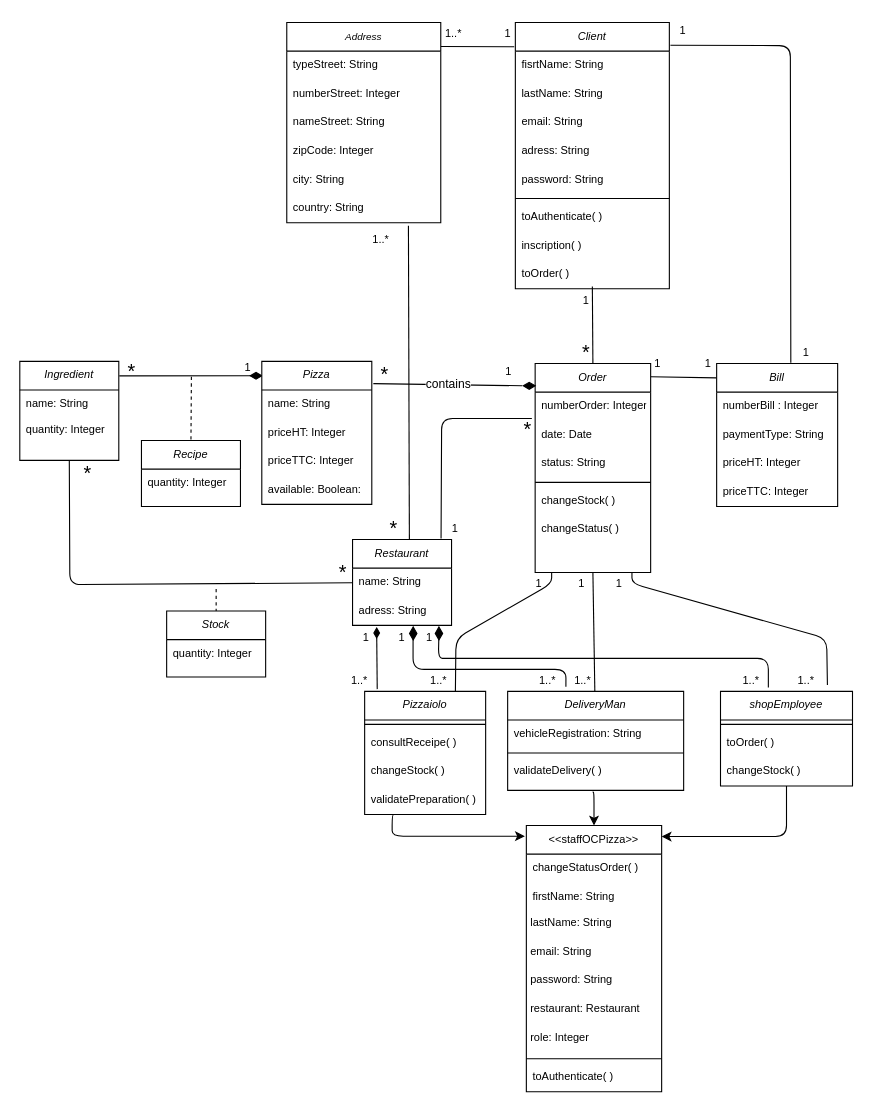
Earlier version of the draw.io diagram Untitled Diagram.drawio (MadameZ/P7_Concevez-la-solution-technique-d-un-syst-me-de-gestion-de-pizzeria). Source tidied: cells renumbered, new cells numbered last; positions are measured from the earlier drawing's top-left corner, leaving out a move shared by most shapes. Both pictures are drawn from the tidied source at 110%, with x=0, y=0 at pixel (19, 18).
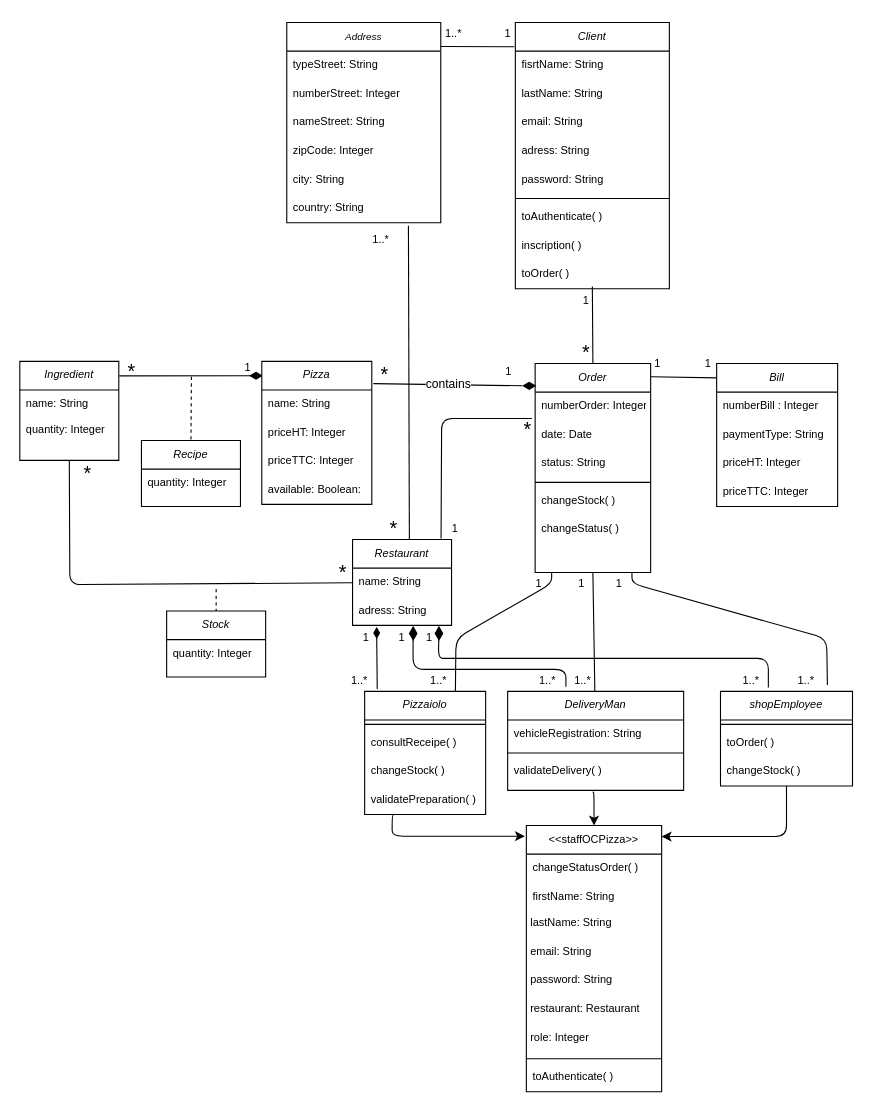
Above is the later version.

Unchanged cells that the change refers to:
```xml
<mxCell id="34" value="Client" style="swimlane;fontStyle=2;align=center;verticalAlign=top;horizontal=1;startSize=26;rounded=0;shadow=0;strokeWidth=1;fontSize=10;" parent="1" vertex="1">
  <mxGeometry x="451" y="4" width="140" height="242" as="geometry" />
</mxCell>
<mxCell id="65" value="Bill" style="swimlane;fontStyle=2;align=center;verticalAlign=top;horizontal=1;startSize=26;rounded=0;shadow=0;strokeWidth=1;fontSize=10;" parent="1" vertex="1">
  <mxGeometry x="634" y="314" width="110" height="130" as="geometry" />
</mxCell>
```

Change to the diagram source:
```diff
@@
-    <mxCell id="2" style="endArrow=none;html=1;entryX=0.613;entryY=-0.005;entryDx=0;entryDy=0;entryPerimeter=0;exitX=1.007;exitY=0.085;exitDx=0;exitDy=0;exitPerimeter=0;" parent="1" edge="1" source="34" target="65">
-      <mxGeometry relative="1" as="geometry">
-        <Array as="points">
-          <mxPoint x="701" y="25" />
-        </Array>
-      </mxGeometry>
-    </mxCell>
@@
-    <mxCell id="15" value="1" style="text;html=1;strokeColor=none;fillColor=none;align=center;verticalAlign=middle;whiteSpace=wrap;rounded=0;fontSize=10;" parent="1" vertex="1">
-      <mxGeometry x="591.5" y="0.5" width="23" height="20" as="geometry" />
-    </mxCell>
-    <mxCell id="16" value="1" style="text;html=1;strokeColor=none;fillColor=none;align=center;verticalAlign=middle;whiteSpace=wrap;rounded=0;fontSize=10;" parent="1" vertex="1">
-      <mxGeometry x="704" y="294" width="23" height="20" as="geometry" />
-    </mxCell>
```
